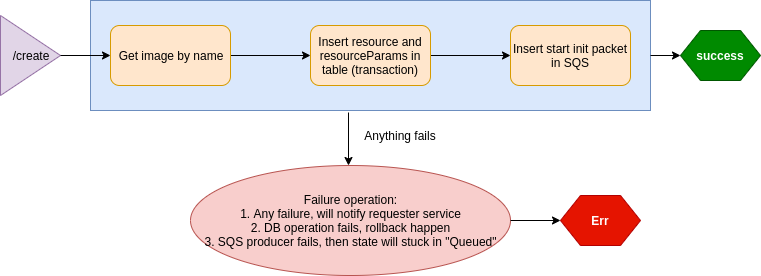
prodipta/blueshift-resouce keeps this draw.io diagram as create_resource_api.png. Above is the earlier version. Source tidied: cells renumbered, new cells last; positions are measured from the earlier drawing's top-left corner, leaving out a move shared by most shapes. Source of this version:
```xml
<mxGraphModel>
  <root>
    <mxCell id="0" />
    <mxCell id="1" parent="0" />
    <mxCell id="2" style="rounded=0;whiteSpace=wrap;html=1;fillColor=#dae8fc;strokeColor=#6c8ebf;" parent="1" vertex="1">
      <mxGeometry x="90" width="560" height="110" as="geometry" />
    </mxCell>
    <mxCell id="3" value="/create" style="triangle;whiteSpace=wrap;html=1;fillColor=#e1d5e7;strokeColor=#9673a6;" parent="1" vertex="1">
      <mxGeometry y="15" width="60" height="80" as="geometry" />
    </mxCell>
    <mxCell id="4" style="endArrow=classic;html=1;exitX=1;exitY=0.5;exitDx=0;exitDy=0;" parent="1" edge="1" source="3">
      <mxGeometry relative="1" as="geometry">
        <mxPoint x="110" y="55" as="targetPoint" />
      </mxGeometry>
    </mxCell>
    <mxCell id="5" style="edgeStyle=orthogonalEdgeStyle;rounded=0;jettySize=auto;html=1;" parent="1" edge="1" source="6" target="8">
      <mxGeometry relative="1" as="geometry" />
    </mxCell>
    <mxCell id="6" value="Get image by name" style="rounded=1;whiteSpace=wrap;html=1;fillColor=#ffe6cc;strokeColor=#d79b00;" parent="1" vertex="1">
      <mxGeometry x="110" y="25" width="120" height="60" as="geometry" />
    </mxCell>
    <mxCell id="7" style="edgeStyle=orthogonalEdgeStyle;rounded=0;jettySize=auto;html=1;" parent="1" edge="1" source="8" target="9">
      <mxGeometry relative="1" as="geometry" />
    </mxCell>
    <mxCell id="8" value="Insert resource and resourceParams in table (transaction)" style="rounded=1;whiteSpace=wrap;html=1;fillColor=#ffe6cc;strokeColor=#d79b00;" parent="1" vertex="1">
      <mxGeometry x="310" y="25" width="120" height="60" as="geometry" />
    </mxCell>
    <mxCell id="9" value="Insert start init packet in SQS" style="rounded=1;whiteSpace=wrap;html=1;fillColor=#ffe6cc;strokeColor=#d79b00;" parent="1" vertex="1">
      <mxGeometry x="510" y="25" width="120" height="60" as="geometry" />
    </mxCell>
    <mxCell id="10" style="endArrow=classic;html=1;" parent="1" edge="1">
      <mxGeometry relative="1" as="geometry">
        <mxPoint x="348" y="112" as="sourcePoint" />
        <mxPoint x="348" y="165" as="targetPoint" />
      </mxGeometry>
    </mxCell>
    <mxCell id="11" value="Failure operation:&lt;br&gt;1. Any failure, will notify requester service&lt;br&gt;2. DB operation fails, rollback happen&lt;br&gt;3. SQS producer fails, then state will stuck in &quot;Queued&quot;" style="ellipse;whiteSpace=wrap;html=1;fillColor=#f8cecc;strokeColor=#b85450;" parent="1" vertex="1">
      <mxGeometry x="190" y="165" width="320" height="110" as="geometry" />
    </mxCell>
    <mxCell id="12" value="Anything fails" style="text;html=1;strokeColor=none;fillColor=none;align=center;verticalAlign=middle;whiteSpace=wrap;rounded=0;" parent="1" vertex="1">
      <mxGeometry x="360" y="125" width="80" height="20" as="geometry" />
    </mxCell>
    <mxCell id="13" style="endArrow=classic;html=1;exitX=1;exitY=0.5;exitDx=0;exitDy=0;" parent="1" edge="1" source="11">
      <mxGeometry relative="1" as="geometry">
        <mxPoint x="560" y="220" as="targetPoint" />
      </mxGeometry>
    </mxCell>
    <mxCell id="14" value="Err" style="shape=hexagon;perimeter=hexagonPerimeter2;whiteSpace=wrap;html=1;fillColor=#e51400;strokeColor=#B20000;fontColor=#ffffff;fontStyle=1;" parent="1" vertex="1">
      <mxGeometry x="560" y="195" width="80" height="50" as="geometry" />
    </mxCell>
    <mxCell id="15" style="endArrow=classic;html=1;exitX=1;exitY=0.5;exitDx=0;exitDy=0;" parent="1" edge="1" source="2">
      <mxGeometry relative="1" as="geometry">
        <mxPoint x="680" y="55" as="targetPoint" />
      </mxGeometry>
    </mxCell>
    <mxCell id="16" value="success" style="shape=hexagon;perimeter=hexagonPerimeter2;whiteSpace=wrap;html=1;fillColor=#008a00;strokeColor=#005700;fontColor=#ffffff;fontStyle=1;" parent="1" vertex="1">
      <mxGeometry x="680" y="30" width="80" height="50" as="geometry" />
    </mxCell>
  </root>
</mxGraphModel>
```
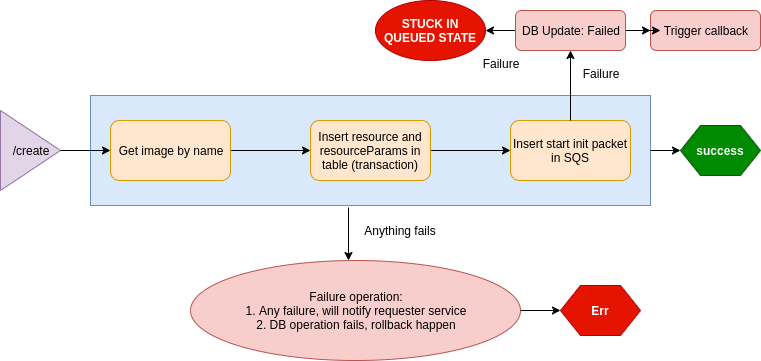
After the change.

Commit message:
update resource diag

Change to the diagram source:
```diff
@@ -34,19 +34,17 @@
         <mxPoint x="348" y="165" as="targetPoint" />
       </mxGeometry>
     </mxCell>
-    <mxCell id="11" value="Failure operation:&lt;br&gt;1. Any failure, will notify requester service&lt;br&gt;2. DB operation fails, rollback happen&lt;br&gt;3. SQS producer fails, then state will stuck in &quot;Queued&quot;" style="ellipse;whiteSpace=wrap;html=1;fillColor=#f8cecc;strokeColor=#b85450;" parent="1" vertex="1">
-      <mxGeometry x="190" y="165" width="320" height="110" as="geometry" />
+    <mxCell id="11" value="Failure operation:&lt;br&gt;1. Any failure, will notify requester service&lt;br&gt;2. DB operation fails, rollback happen" style="ellipse;whiteSpace=wrap;html=1;fillColor=#f8cecc;strokeColor=#b85450;" parent="1" vertex="1">
+      <mxGeometry x="190" y="165" width="330" height="100" as="geometry" />
     </mxCell>
     <mxCell id="12" value="Anything fails" style="text;html=1;strokeColor=none;fillColor=none;align=center;verticalAlign=middle;whiteSpace=wrap;rounded=0;" parent="1" vertex="1">
       <mxGeometry x="360" y="125" width="80" height="20" as="geometry" />
     </mxCell>
-    <mxCell id="13" style="endArrow=classic;html=1;exitX=1;exitY=0.5;exitDx=0;exitDy=0;" parent="1" edge="1" source="11">
-      <mxGeometry relative="1" as="geometry">
-        <mxPoint x="560" y="220" as="targetPoint" />
-      </mxGeometry>
+    <mxCell id="13" style="endArrow=classic;html=1;exitX=1;exitY=0.5;exitDx=0;exitDy=0;entryX=0;entryY=0.5;entryDx=0;entryDy=0;" parent="1" edge="1" source="11" target="14">
+      <mxGeometry relative="1" as="geometry" />
     </mxCell>
     <mxCell id="14" value="Err" style="shape=hexagon;perimeter=hexagonPerimeter2;whiteSpace=wrap;html=1;fillColor=#e51400;strokeColor=#B20000;fontColor=#ffffff;fontStyle=1;" parent="1" vertex="1">
-      <mxGeometry x="560" y="195" width="80" height="50" as="geometry" />
+      <mxGeometry x="560" y="190" width="80" height="50" as="geometry" />
     </mxCell>
     <mxCell id="15" style="endArrow=classic;html=1;exitX=1;exitY=0.5;exitDx=0;exitDy=0;" parent="1" edge="1" source="2">
       <mxGeometry relative="1" as="geometry">
@@ -56,5 +54,37 @@
     <mxCell id="16" value="success" style="shape=hexagon;perimeter=hexagonPerimeter2;whiteSpace=wrap;html=1;fillColor=#008a00;strokeColor=#005700;fontColor=#ffffff;fontStyle=1;" parent="1" vertex="1">
       <mxGeometry x="680" y="30" width="80" height="50" as="geometry" />
     </mxCell>
+    <mxCell id="17" style="endArrow=classic;html=1;exitX=0.5;exitY=0;exitDx=0;exitDy=0;" parent="1" edge="1" source="9">
+      <mxGeometry relative="1" as="geometry">
+        <mxPoint x="570" y="-45" as="targetPoint" />
+      </mxGeometry>
+    </mxCell>
+    <mxCell id="18" value="Failure" style="text;html=1;strokeColor=none;fillColor=none;align=center;verticalAlign=middle;whiteSpace=wrap;rounded=0;" parent="1" vertex="1">
+      <mxGeometry x="580" y="-32.5" width="40" height="20" as="geometry" />
+    </mxCell>
+    <mxCell id="19" value="STUCK IN QUEUED STATE" style="ellipse;whiteSpace=wrap;html=1;fillColor=#e51400;strokeColor=#B20000;fontColor=#ffffff;fontStyle=1;" parent="1" vertex="1">
+      <mxGeometry x="375" y="-95" width="110" height="60" as="geometry" />
+    </mxCell>
+    <mxCell id="20" style="edgeStyle=orthogonalEdgeStyle;rounded=0;jettySize=auto;html=1;" parent="1" edge="1" source="22" target="19">
+      <mxGeometry relative="1" as="geometry" />
+    </mxCell>
+    <mxCell id="21" style="edgeStyle=orthogonalEdgeStyle;rounded=0;jettySize=auto;html=1;" parent="1" edge="1" source="22" target="23">
+      <mxGeometry relative="1" as="geometry" />
+    </mxCell>
+    <mxCell id="22" value="DB Update: Failed" style="rounded=1;whiteSpace=wrap;html=1;fillColor=#f8cecc;strokeColor=#b85450;" parent="1" vertex="1">
+      <mxGeometry x="515" y="-85" width="110" height="40" as="geometry" />
+    </mxCell>
+    <mxCell id="23" value="Trigger callback" style="rounded=1;whiteSpace=wrap;html=1;fillColor=#f8cecc;strokeColor=#b85450;" parent="1" vertex="1">
+      <mxGeometry x="650" y="-85" width="110" height="40" as="geometry" />
+    </mxCell>
+    <mxCell id="24" value="Failure" style="text;html=1;strokeColor=none;fillColor=none;align=center;verticalAlign=middle;whiteSpace=wrap;rounded=0;" parent="1" vertex="1">
+      <mxGeometry x="480" y="-42" width="40" height="20" as="geometry" />
+    </mxCell>
+    <mxCell id="25" style="endArrow=classic;html=1;" parent="1" edge="1">
+      <mxGeometry relative="1" as="geometry">
+        <mxPoint x="630" y="-65" as="sourcePoint" />
+        <mxPoint x="660" y="-65" as="targetPoint" />
+      </mxGeometry>
+    </mxCell>
   </root>
 </mxGraphModel>
```
